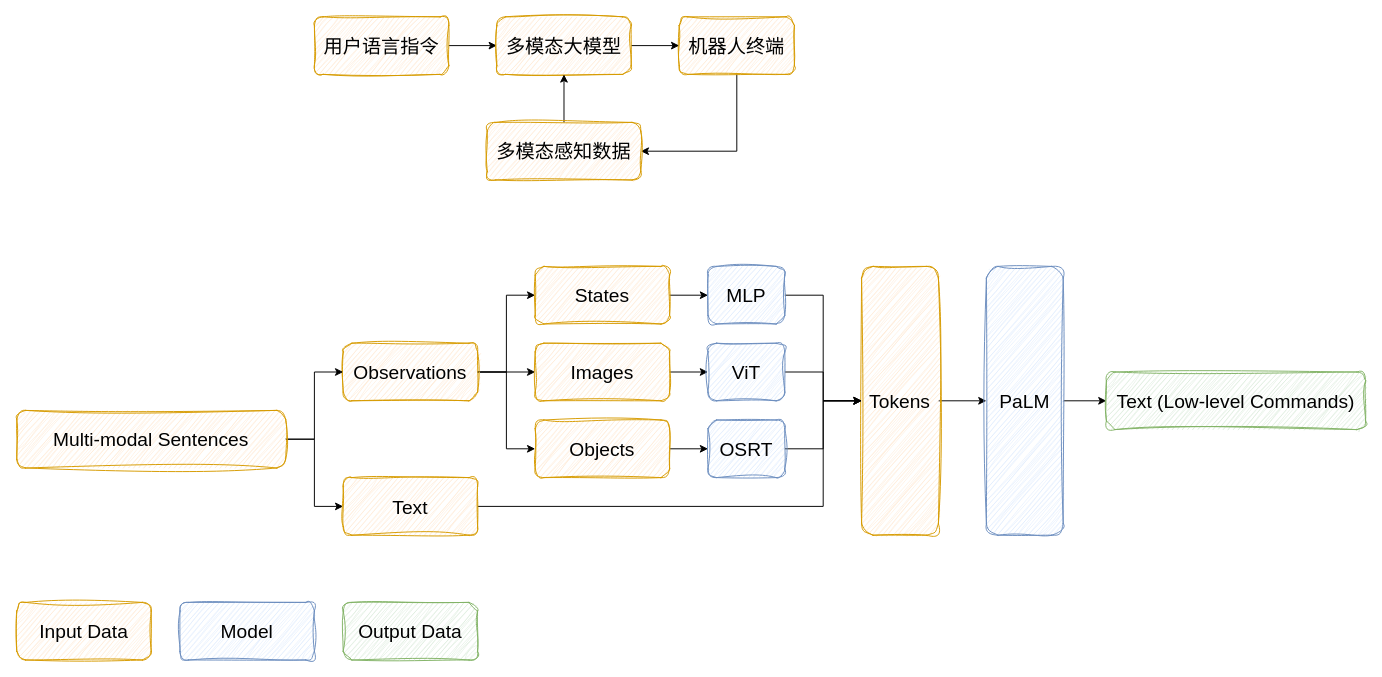
Above: Untitled Diagram.drawio in ZiliangMiao/Multimodal_Large_Language_Model_Research (draw.io), before the change. Source tidied: cells renumbered, new cells numbered last; positions are measured from the earlier drawing's top-left corner, leaving out a move shared by most shapes. Both pictures are drawn from the tidied source at 96%, with x=0, y=0 at pixel (16, 16).
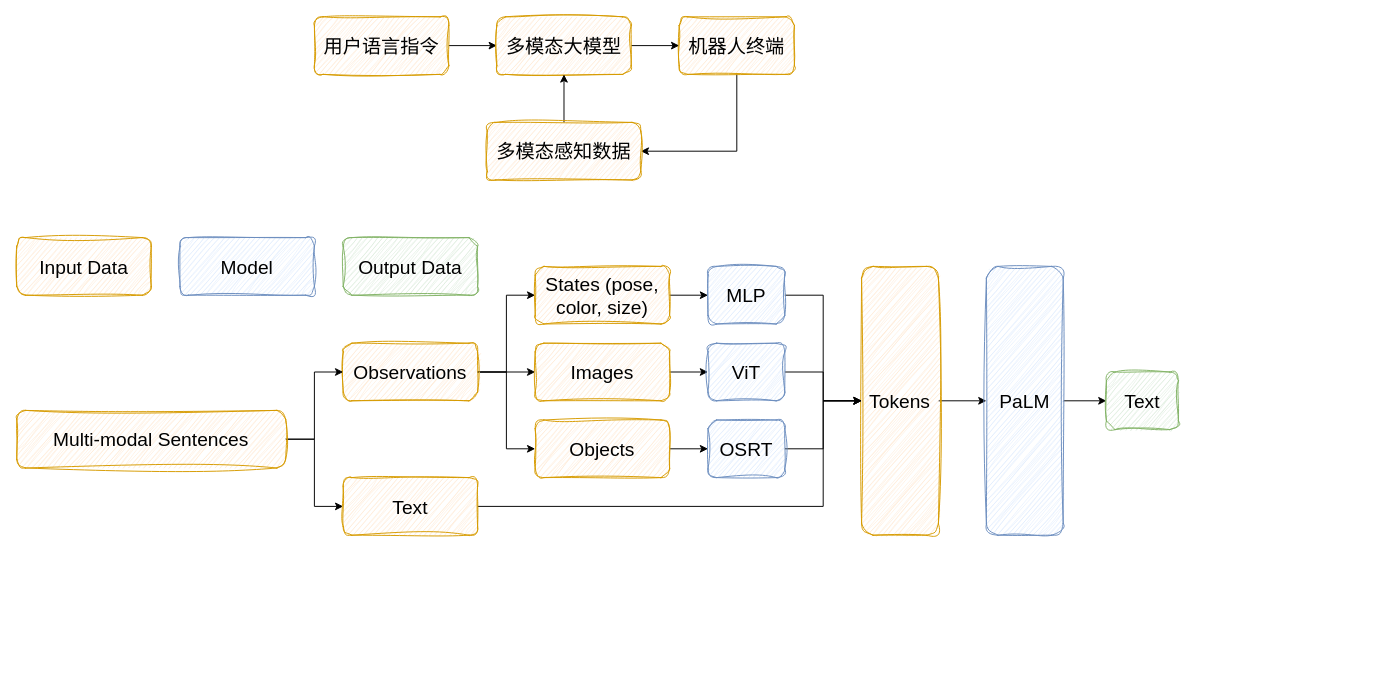
The same diagram, later.

Diff of the diagram source:
```diff
@@
-    <mxCell id="19" value="&lt;font style=&quot;font-size: 20px;&quot;&gt;States&lt;/font&gt;" style="rounded=1;whiteSpace=wrap;html=1;fillColor=#ffe6cc;strokeColor=#d79b00;sketch=1;curveFitting=1;jiggle=2;" parent="1" vertex="1">
+    <mxCell id="19" value="&lt;font style=&quot;font-size: 20px;&quot;&gt;States (pose, color, size)&lt;/font&gt;" style="rounded=1;whiteSpace=wrap;html=1;fillColor=#ffe6cc;strokeColor=#d79b00;sketch=1;curveFitting=1;jiggle=2;" parent="1" vertex="1">
       <mxGeometry x="540" y="260" width="140" height="60" as="geometry" />
     </mxCell>
@@
-    <mxCell id="30" value="&lt;font style=&quot;font-size: 20px;&quot;&gt;Text (Low-level Commands)&lt;/font&gt;" style="rounded=1;whiteSpace=wrap;html=1;fillColor=#d5e8d4;strokeColor=#82b366;sketch=1;curveFitting=1;jiggle=2;" parent="1" vertex="1">
-      <mxGeometry x="1135" y="370" width="270" height="60" as="geometry" />
+    <mxCell id="30" value="&lt;font style=&quot;font-size: 20px;&quot;&gt;Text&lt;/font&gt;" style="rounded=1;whiteSpace=wrap;html=1;fillColor=#d5e8d4;strokeColor=#82b366;sketch=1;curveFitting=1;jiggle=2;" parent="1" vertex="1">
+      <mxGeometry x="1135" y="370" width="75" height="60" as="geometry" />
     </mxCell>
@@
     <mxCell id="36" value="&lt;font style=&quot;font-size: 20px;&quot;&gt;Input Data&lt;/font&gt;" style="rounded=1;whiteSpace=wrap;html=1;fillColor=#ffe6cc;strokeColor=#d79b00;sketch=1;curveFitting=1;jiggle=2;" parent="1" vertex="1">
-      <mxGeometry y="610" width="140" height="60" as="geometry" />
+      <mxGeometry y="230" width="140" height="60" as="geometry" />
     </mxCell>
     <mxCell id="37" value="&lt;font style=&quot;font-size: 20px;&quot;&gt;Model&lt;/font&gt;" style="rounded=1;whiteSpace=wrap;html=1;fillColor=#dae8fc;strokeColor=#6c8ebf;sketch=1;curveFitting=1;jiggle=2;" parent="1" vertex="1">
-      <mxGeometry x="170" y="610" width="140" height="60" as="geometry" />
+      <mxGeometry x="170" y="230" width="140" height="60" as="geometry" />
     </mxCell>
     <mxCell id="38" value="&lt;font style=&quot;font-size: 20px;&quot;&gt;Output Data&lt;/font&gt;" style="rounded=1;whiteSpace=wrap;html=1;fillColor=#d5e8d4;strokeColor=#82b366;sketch=1;curveFitting=1;jiggle=2;" parent="1" vertex="1">
-      <mxGeometry x="340" y="610" width="140" height="60" as="geometry" />
+      <mxGeometry x="340" y="230" width="140" height="60" as="geometry" />
     </mxCell>
```
